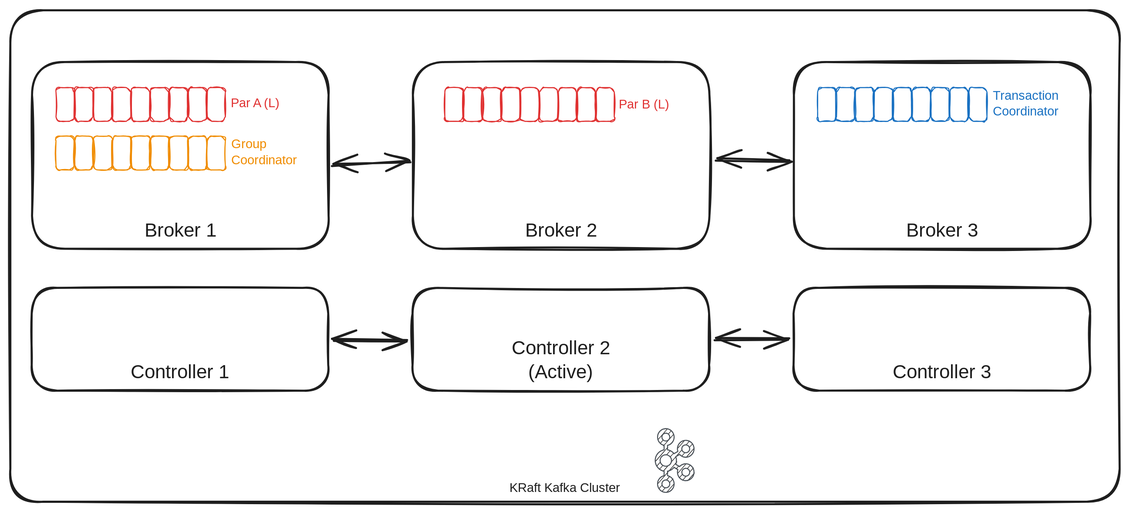
kuanchoulai10/monorepo keeps this Excalidraw diagram as docs/learning-in-progress/tech-notes/kafka/assets/eos-breakdown.excalidraw.svg. Above is the earlier version. Source tidied: one line per element, renumbered; positions are measured from the earlier drawing's top-left corner, leaving out a move shared by most shapes. Its diagram source:
```json
{"id": 0, "type": "rectangle", "strokeColor": "#1e1e1e", "strokeWidth": 2, "roughness": 1, "round": true, "x": 392, "y": 50, "width": 289, "height": 182}
{"id": 1, "type": "text", "text": "Broker 2", "strokeColor": "#1e1e1e", "strokeWidth": 2, "roughness": 2, "fontSize": 18.68, "fontFamily": 5, "textAlign": "center", "verticalAlign": "bottom", "inside": 0, "x": 495, "y": 204, "width": 81, "height": 23}
{"id": 2, "type": "rectangle", "strokeColor": "#e03131", "strokeWidth": 1, "roughness": 1, "round": true, "x": 423, "y": 75, "width": 18, "height": 33}
{"id": 3, "type": "rectangle", "strokeColor": "#e03131", "strokeWidth": 1, "roughness": 1, "round": true, "x": 441, "y": 75, "width": 18, "height": 33}
{"id": 4, "type": "rectangle", "strokeColor": "#e03131", "strokeWidth": 1, "roughness": 1, "round": true, "x": 460, "y": 75, "width": 18, "height": 33}
{"id": 5, "type": "rectangle", "strokeColor": "#e03131", "strokeWidth": 1, "roughness": 1, "round": true, "x": 478, "y": 75, "width": 18, "height": 33}
{"id": 6, "type": "rectangle", "strokeColor": "#e03131", "strokeWidth": 1, "roughness": 1, "round": true, "x": 497, "y": 75, "width": 18, "height": 33}
{"id": 7, "type": "rectangle", "strokeColor": "#e03131", "strokeWidth": 1, "roughness": 1, "round": true, "x": 515, "y": 75, "width": 18, "height": 33}
{"id": 8, "type": "rectangle", "strokeColor": "#e03131", "strokeWidth": 1, "roughness": 1, "round": true, "x": 533, "y": 75, "width": 18, "height": 33}
{"id": 9, "type": "rectangle", "strokeColor": "#e03131", "strokeWidth": 1, "roughness": 1, "round": true, "x": 552, "y": 75, "width": 18, "height": 33}
{"id": 10, "type": "rectangle", "strokeColor": "#e03131", "strokeWidth": 1, "roughness": 1, "round": true, "x": 570, "y": 75, "width": 18, "height": 33}
{"id": 11, "type": "text", "text": "Par B (L)", "strokeColor": "#e03131", "strokeWidth": 1, "roughness": 1, "fontSize": 12.4, "fontFamily": 5, "x": 592, "y": 85, "width": 57, "height": 16}
{"id": 12, "type": "rectangle", "strokeColor": "#1e1e1e", "strokeWidth": 2, "roughness": 1, "round": true, "x": 21, "y": 50, "width": 289, "height": 182}
{"id": 13, "type": "text", "text": "Broker 1", "strokeColor": "#1e1e1e", "strokeWidth": 2, "roughness": 2, "fontSize": 18.68, "fontFamily": 5, "textAlign": "center", "verticalAlign": "bottom", "inside": 12, "x": 127, "y": 204, "width": 76, "height": 23}
{"id": 14, "type": "rectangle", "strokeColor": "#e03131", "strokeWidth": 1, "roughness": 1, "round": true, "x": 44, "y": 75, "width": 18, "height": 33}
{"id": 15, "type": "rectangle", "strokeColor": "#e03131", "strokeWidth": 1, "roughness": 1, "round": true, "x": 63, "y": 75, "width": 18, "height": 33}
{"id": 16, "type": "rectangle", "strokeColor": "#e03131", "strokeWidth": 1, "roughness": 1, "round": true, "x": 81, "y": 75, "width": 18, "height": 33}
{"id": 17, "type": "rectangle", "strokeColor": "#e03131", "strokeWidth": 1, "roughness": 1, "round": true, "x": 100, "y": 75, "width": 18, "height": 33}
{"id": 18, "type": "rectangle", "strokeColor": "#e03131", "strokeWidth": 1, "roughness": 1, "round": true, "x": 118, "y": 75, "width": 18, "height": 33}
{"id": 19, "type": "rectangle", "strokeColor": "#e03131", "strokeWidth": 1, "roughness": 1, "round": true, "x": 137, "y": 75, "width": 18, "height": 33}
{"id": 20, "type": "rectangle", "strokeColor": "#e03131", "strokeWidth": 1, "roughness": 1, "round": true, "x": 155, "y": 75, "width": 18, "height": 33}
{"id": 21, "type": "rectangle", "strokeColor": "#e03131", "strokeWidth": 1, "roughness": 1, "round": true, "x": 173, "y": 75, "width": 18, "height": 33}
{"id": 22, "type": "rectangle", "strokeColor": "#e03131", "strokeWidth": 1, "roughness": 1, "round": true, "x": 192, "y": 75, "width": 18, "height": 33}
{"id": 23, "type": "text", "text": "Par A (L)", "strokeColor": "#e03131", "strokeWidth": 1, "roughness": 1, "fontSize": 12.4, "fontFamily": 5, "x": 215, "y": 83, "width": 56, "height": 16}
{"id": 24, "type": "rectangle", "strokeColor": "#f08c00", "strokeWidth": 1, "roughness": 1, "round": true, "x": 44, "y": 122, "width": 18, "height": 33}
{"id": 25, "type": "rectangle", "strokeColor": "#f08c00", "strokeWidth": 1, "roughness": 1, "round": true, "x": 63, "y": 122, "width": 18, "height": 33}
{"id": 26, "type": "rectangle", "strokeColor": "#f08c00", "strokeWidth": 1, "roughness": 1, "round": true, "x": 81, "y": 122, "width": 18, "height": 33}
{"id": 27, "type": "rectangle", "strokeColor": "#f08c00", "strokeWidth": 1, "roughness": 1, "round": true, "x": 100, "y": 122, "width": 18, "height": 33}
{"id": 28, "type": "rectangle", "strokeColor": "#f08c00", "strokeWidth": 1, "roughness": 1, "round": true, "x": 118, "y": 122, "width": 18, "height": 33}
{"id": 29, "type": "rectangle", "strokeColor": "#f08c00", "strokeWidth": 1, "roughness": 1, "round": true, "x": 137, "y": 122, "width": 18, "height": 33}
{"id": 30, "type": "rectangle", "strokeColor": "#f08c00", "strokeWidth": 1, "roughness": 1, "round": true, "x": 155, "y": 122, "width": 18, "height": 33}
{"id": 31, "type": "rectangle", "strokeColor": "#f08c00", "strokeWidth": 1, "roughness": 1, "round": true, "x": 173, "y": 122, "width": 18, "height": 33}
{"id": 32, "type": "rectangle", "strokeColor": "#f08c00", "strokeWidth": 1, "roughness": 1, "round": true, "x": 192, "y": 122, "width": 18, "height": 33}
{"id": 33, "type": "text", "text": "Group\nCoordinator", "strokeColor": "#f08c00", "strokeWidth": 1, "roughness": 1, "fontSize": 12.4, "fontFamily": 5, "x": 215, "y": 123, "width": 71, "height": 31}
{"id": 34, "type": "rectangle", "strokeColor": "#1e1e1e", "strokeWidth": 2, "roughness": 1, "round": true, "x": 763, "y": 50, "width": 289, "height": 182}
{"id": 35, "type": "text", "text": "Broker 3", "strokeColor": "#1e1e1e", "strokeWidth": 2, "roughness": 2, "fontSize": 18.68, "fontFamily": 5, "textAlign": "center", "verticalAlign": "bottom", "inside": 34, "x": 867, "y": 204, "width": 80, "height": 23}
{"id": 36, "type": "rectangle", "strokeColor": "#1971c2", "strokeWidth": 1, "roughness": 1, "round": true, "x": 786, "y": 75, "width": 18, "height": 33}
{"id": 37, "type": "rectangle", "strokeColor": "#1971c2", "strokeWidth": 1, "roughness": 1, "round": true, "x": 804, "y": 75, "width": 18, "height": 33}
{"id": 38, "type": "rectangle", "strokeColor": "#1971c2", "strokeWidth": 1, "roughness": 1, "round": true, "x": 823, "y": 75, "width": 18, "height": 33}
{"id": 39, "type": "rectangle", "strokeColor": "#1971c2", "strokeWidth": 1, "roughness": 1, "round": true, "x": 841, "y": 75, "width": 18, "height": 33}
{"id": 40, "type": "rectangle", "strokeColor": "#1971c2", "strokeWidth": 1, "roughness": 1, "round": true, "x": 859, "y": 75, "width": 18, "height": 33}
{"id": 41, "type": "rectangle", "strokeColor": "#1971c2", "strokeWidth": 1, "roughness": 1, "round": true, "x": 878, "y": 75, "width": 18, "height": 33}
{"id": 42, "type": "rectangle", "strokeColor": "#1971c2", "strokeWidth": 1, "roughness": 1, "round": true, "x": 896, "y": 75, "width": 18, "height": 33}
{"id": 43, "type": "rectangle", "strokeColor": "#1971c2", "strokeWidth": 1, "roughness": 1, "round": true, "x": 915, "y": 75, "width": 18, "height": 33}
{"id": 44, "type": "rectangle", "strokeColor": "#1971c2", "strokeWidth": 1, "roughness": 1, "round": true, "x": 933, "y": 75, "width": 18, "height": 33}
{"id": 45, "type": "text", "text": "Transaction\nCoordinator", "strokeColor": "#1971c2", "strokeWidth": 1, "roughness": 1, "fontSize": 12.4, "fontFamily": 5, "x": 956, "y": 76, "width": 72, "height": 31}
{"id": 46, "type": "rectangle", "strokeColor": "#1e1e1e", "strokeWidth": 2, "roughness": 1, "round": true, "x": 392, "y": 270, "width": 289, "height": 100}
{"id": 47, "type": "text", "text": "Controller 2\n(Active)", "strokeColor": "#1e1e1e", "strokeWidth": 2, "roughness": 2, "fontSize": 18.68, "fontFamily": 5, "textAlign": "center", "verticalAlign": "bottom", "inside": 46, "x": 481, "y": 318, "width": 109, "height": 47}
{"id": 48, "type": "rectangle", "strokeColor": "#1e1e1e", "strokeWidth": 2, "roughness": 1, "round": true, "x": 21, "y": 270, "width": 289, "height": 100}
{"id": 49, "type": "text", "text": "Controller 1", "strokeColor": "#1e1e1e", "strokeWidth": 2, "roughness": 2, "fontSize": 18.68, "fontFamily": 5, "textAlign": "center", "verticalAlign": "bottom", "inside": 48, "x": 113, "y": 342, "width": 104, "height": 23}
{"id": 50, "type": "rectangle", "strokeColor": "#1e1e1e", "strokeWidth": 2, "roughness": 1, "round": true, "x": 762, "y": 270, "width": 289, "height": 100}
{"id": 51, "type": "text", "text": "Controller 3", "strokeColor": "#1e1e1e", "strokeWidth": 2, "roughness": 2, "fontSize": 18.68, "fontFamily": 5, "textAlign": "center", "verticalAlign": "bottom", "inside": 50, "x": 853, "y": 342, "width": 107, "height": 23}
{"id": 52, "type": "arrow", "strokeColor": "#1e1e1e", "strokeWidth": 2, "roughness": 1, "startArrowhead": "arrow", "endArrowhead": "arrow", "round": true, "from": 12, "to": 0, "x": 314, "y": 150, "width": 75, "height": 4, "points": [[0, 0], [75, -4]]}
{"id": 53, "type": "arrow", "strokeColor": "#1e1e1e", "strokeWidth": 2, "roughness": 1, "startArrowhead": "arrow", "endArrowhead": "arrow", "round": true, "from": 0, "to": 34, "x": 688, "y": 144, "width": 71, "height": 2, "points": [[0, 0], [71, 2]]}
{"id": 54, "type": "arrow", "strokeColor": "#1e1e1e", "strokeWidth": 2, "roughness": 1, "startArrowhead": "arrow", "endArrowhead": "arrow", "round": true, "from": 48, "to": 46, "x": 314, "y": 321, "width": 72, "height": 0, "points": [[0, 0], [72, 0]]}
{"id": 55, "type": "arrow", "strokeColor": "#1e1e1e", "strokeWidth": 2, "roughness": 1, "startArrowhead": "arrow", "endArrowhead": "arrow", "round": true, "from": 46, "to": 50, "x": 687, "y": 319, "width": 72, "height": 0, "points": [[0, 0], [72, 0]]}
{"id": 56, "type": "rectangle", "strokeColor": "#1e1e1e", "strokeWidth": 2, "roughness": 1, "round": true, "x": 0, "y": 0, "width": 1080, "height": 478}
{"id": 57, "type": "text", "text": "KRaft Kafka Cluster", "strokeColor": "#1e1e1e", "strokeWidth": 2, "roughness": 1, "fontSize": 12.4, "fontFamily": 5, "textAlign": "center", "verticalAlign": "bottom", "inside": 56, "x": 478, "y": 458, "width": 124, "height": 16}
{"id": 58, "type": "line", "strokeColor": "#495057", "backgroundColor": "#000000", "fillStyle": "hachure", "strokeWidth": 1, "roughness": 0, "x": 640, "y": 423, "width": 38, "height": 62, "points": [[0, 0], [0, 4], [1, 5], [3, 5], [4, 6], [4, 6], [5, 7], [6, 7], [6, 8], [10, 6], [10, 5], [10, 4], [10, 3], [10, 2], [10, 1], [10, 0], [11, -1], [11, -2], [12, -2], [12, -3], [13, -3], [14, -4], [15, -4], [15, -4], [16, -5], [17, -5], [18, -5], [19, -5], [20, -5], [20, -4], [21, -4], [22, -4], [23, -3], [23, -3], [24, -2], [24, -1], [25, -1], [25, 0], [25, 1], [26, 2], [26, 2], [26, 3], [26, 4], [26, 5], [25, 6], [25, 7], [25, 7], [24, 8], [24, 9], [23, 9], [23, 10], [22, 10], [21, 11], [21, 11], [20, 11], [19, 11], [18, 12], [17, 12], [16, 11], [16, 11], [15, 11], [14, 11], [13, 10], [13, 10], [12, 9], [8, 11], [8, 12], [8, 13], [9, 13], [9, 14], [9, 15], [9, 16], [8, 17], [8, 18], [8, 18], [12, 21], [12, 20], [13, 20], [14, 19], [14, 19], [15, 18], [16, 18], [17, 18], [17, 18], [18, 18], [19, 18], [20, 18], [21, 19], [21, 19], [22, 19], [23, 20], [23, 20], [24, 21], [24, 22], [25, 22], [25, 23], [26, 24], [26, 25], [26, 26], [26, 27], [26, 28], [25, 28], [25, 29], [25, 30], [24, 31], [24, 31], [23, 32], [23, 32], [22, 33], [21, 33], [21, 34], [20, 34], [19, 34], [18, 34], [17, 34], [16, 34], [15, 34], [14, 34], [14, 33], [13, 33], [12, 32], [12, 31], [11, 31], [11, 30], [10, 29], [10, 28], [10, 27], [10, 27], [10, 26], [10, 25], [10, 24], [10, 24], [6, 21], [6, 22], [5, 23], [5, 23], [4, 24], [3, 24], [2, 24], [2, 25], [1, 25], [0, 25], [0, 30], [1, 30], [2, 30], [2, 30], [3, 31], [4, 31], [4, 32], [5, 33], [5, 33], [6, 34], [6, 35], [6, 36], [6, 36], [6, 37], [6, 38], [6, 39], [6, 40], [6, 41], [6, 41], [5, 42], [5, 43], [4, 43], [4, 44], [3, 44], [2, 45], [1, 45], [1, 45], [0, 46], [-1, 46], [-2, 46], [-3, 46], [-4, 45], [-5, 45], [-5, 45], [-6, 44], [-7, 44], [-7, 43], [-8, 43], [-9, 42], [-9, 41], [-9, 40], [-9, 39], [-10, 39], [-10, 38], [-10, 37], [-10, 36], [-9, 35], [-9, 35], [-9, 34], [-8, 33], [-8, 32], [-7, 32], [-7, 31], [-6, 31], [-5, 30], [-5, 30], [-4, 30], [-3, 29], [-3, 29], [-3, 25], [-4, 25], [-5, 25], [-6, 24], [-6, 24], [-7, 24], [-8, 23], [-9, 23], [-9, 22], [-10, 21], [-10, 21], [-11, 20], [-11, 19], [-11, 18], [-12, 18], [-12, 17], [-12, 16], [-12, 15], [-12, 14], [-12, 13], [-12, 12], [-11, 12], [-11, 11], [-11, 10], [-10, 9], [-10, 8], [-9, 8], [-9, 7], [-8, 7], [-7, 6], [-7, 6], [-6, 5], [-5, 5], [-4, 5], [-3, 4], [-3, 0], [-4, 0], [-5, -1], [-6, -1], [-6, -1], [-7, -2], [-8, -3], [-8, -3], [-9, -4], [-9, -5], [-9, -5], [-10, -6], [-10, -7], [-10, -8], [-10, -9], [-10, -10], [-9, -10], [-9, -11], [-9, -12], [-8, -13], [-8, -13], [-7, -14], [-7, -14], [-6, -15], [-5, -15], [-5, -16], [-4, -16], [-3, -16], [-2, -16], [-1, -16], [0, -16], [0, -16], [1, -16], [2, -15], [3, -15], [3, -14], [4, -14], [5, -13], [5, -12], [6, -12], [6, -11], [6, -10], [6, -9], [6, -8], [6, -7], [6, -7], [6, -6], [6, -5], [5, -4], [5, -3], [4, -3], [4, -2], [3, -2], [3, -1], [2, -1], [1, 0], [0, 0]]}
{"id": 59, "type": "ellipse", "strokeColor": "#495057", "backgroundColor": "#fff", "fillStyle": "solid", "strokeWidth": 1, "roughness": 0, "x": 634, "y": 411, "width": 8, "height": 8}
{"id": 60, "type": "ellipse", "strokeColor": "#495057", "backgroundColor": "#fff", "fillStyle": "solid", "strokeWidth": 1, "roughness": 0, "x": 654, "y": 423, "width": 8, "height": 8}
{"id": 61, "type": "ellipse", "strokeColor": "#495057", "backgroundColor": "#fff", "fillStyle": "solid", "strokeWidth": 1, "roughness": 0, "x": 654, "y": 446, "width": 8, "height": 8}
{"id": 62, "type": "ellipse", "strokeColor": "#495057", "backgroundColor": "#fff", "fillStyle": "solid", "strokeWidth": 1, "roughness": 0, "x": 634, "y": 457, "width": 8, "height": 8}
{"id": 63, "type": "ellipse", "strokeColor": "#495057", "backgroundColor": "#fff", "fillStyle": "solid", "strokeWidth": 1, "roughness": 0, "x": 632, "y": 432, "width": 11, "height": 11}
```
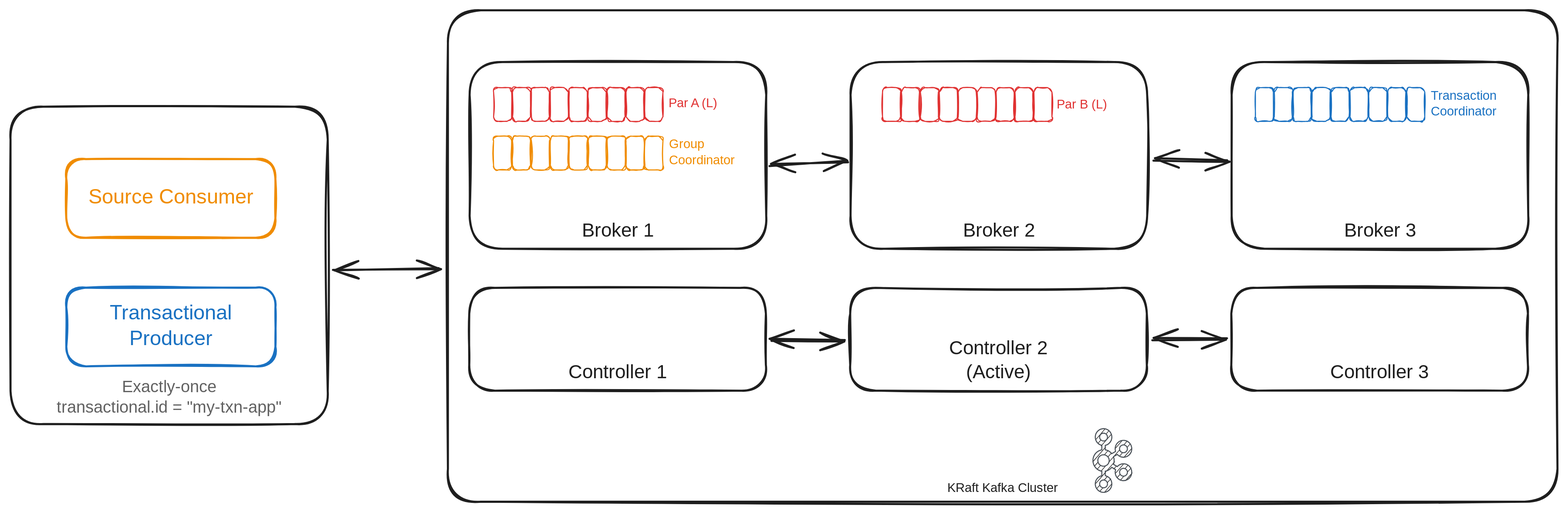
The same diagram one commit later.

Change to the diagram source:
```diff
@@ -62,3 +62,10 @@
 {"id": 61, "type": "ellipse", "strokeColor": "#495057", "backgroundColor": "#fff", "fillStyle": "solid", "strokeWidth": 1, "roughness": 0, "x": 654, "y": 446, "width": 8, "height": 8}
 {"id": 62, "type": "ellipse", "strokeColor": "#495057", "backgroundColor": "#fff", "fillStyle": "solid", "strokeWidth": 1, "roughness": 0, "x": 634, "y": 457, "width": 8, "height": 8}
 {"id": 63, "type": "ellipse", "strokeColor": "#495057", "backgroundColor": "#fff", "fillStyle": "solid", "strokeWidth": 1, "roughness": 0, "x": 632, "y": 432, "width": 11, "height": 11}
+{"id": 64, "type": "rectangle", "strokeColor": "#1e1e1e", "strokeWidth": 2, "roughness": 1, "round": true, "x": -426, "y": 94, "width": 309, "height": 309}
+{"id": 65, "type": "text", "text": "Exactly-once\ntransactional.id = \"my-txn-app\"", "strokeColor": "#1e1e1e", "backgroundColor": "#a5d8ff", "fillStyle": "solid", "strokeWidth": 1, "strokeStyle": "dashed", "roughness": 2, "opacity": 70, "fontSize": 15.98, "fontFamily": 5, "textAlign": "center", "verticalAlign": "bottom", "inside": 64, "x": -390, "y": 358, "width": 238, "height": 40}
+{"id": 66, "type": "rectangle", "strokeColor": "#f08c00", "strokeWidth": 2, "roughness": 1, "round": true, "x": -371, "y": 145, "width": 203, "height": 77}
+{"id": 67, "type": "text", "text": "Source Consumer", "strokeColor": "#f08c00", "strokeWidth": 2, "roughness": 1, "fontSize": 19.98, "fontFamily": 5, "textAlign": "center", "verticalAlign": "middle", "inside": 66, "x": -350, "y": 171, "width": 161, "height": 25}
+{"id": 68, "type": "rectangle", "strokeColor": "#1971c2", "strokeWidth": 2, "roughness": 1, "round": true, "x": -371, "y": 270, "width": 203, "height": 77}
+{"id": 69, "type": "text", "text": "Transactional\nProducer", "strokeColor": "#1971c2", "strokeWidth": 2, "roughness": 1, "fontSize": 19.98, "fontFamily": 5, "textAlign": "center", "verticalAlign": "middle", "inside": 68, "x": -335, "y": 283, "width": 132, "height": 50}
+{"id": 70, "type": "arrow", "strokeColor": "#1e1e1e", "strokeWidth": 2, "roughness": 1, "startArrowhead": "arrow", "endArrowhead": "arrow", "round": true, "from": 64, "to": 56, "x": -110, "y": 252, "width": 102, "height": 0, "points": [[0, 0], [102, 0]]}
```
